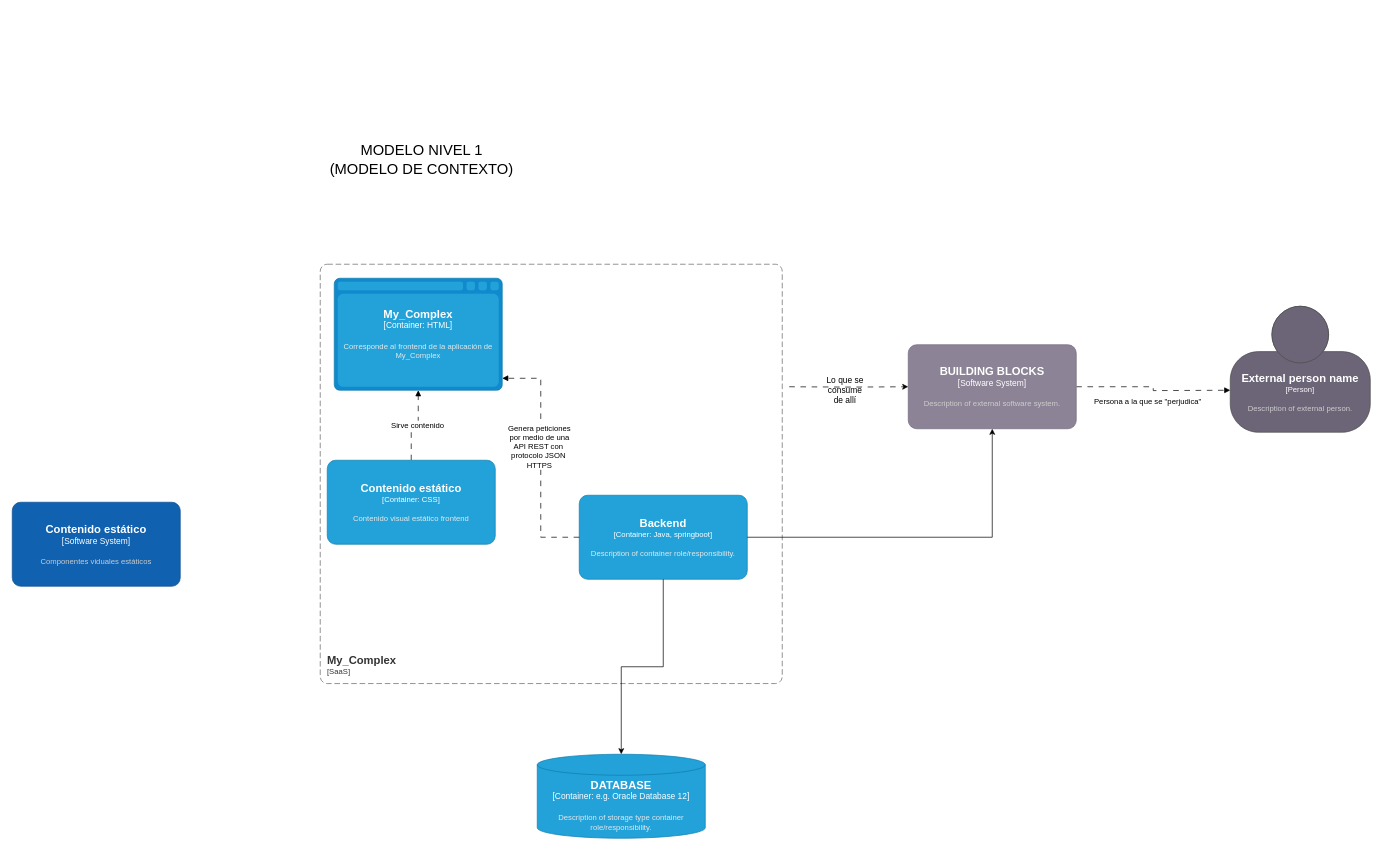
Above: Modelo_de_contexto2.drawio in 3st3b4nR/Documentacion_My_Complex (draw.io), before the change. Source tidied: cells renumbered, new cells numbered last; positions are measured from the earlier drawing's top-left corner, leaving out a move shared by most shapes. Both pictures are drawn from the tidied source at 70%, with x=0, y=0 at pixel (12, 117).
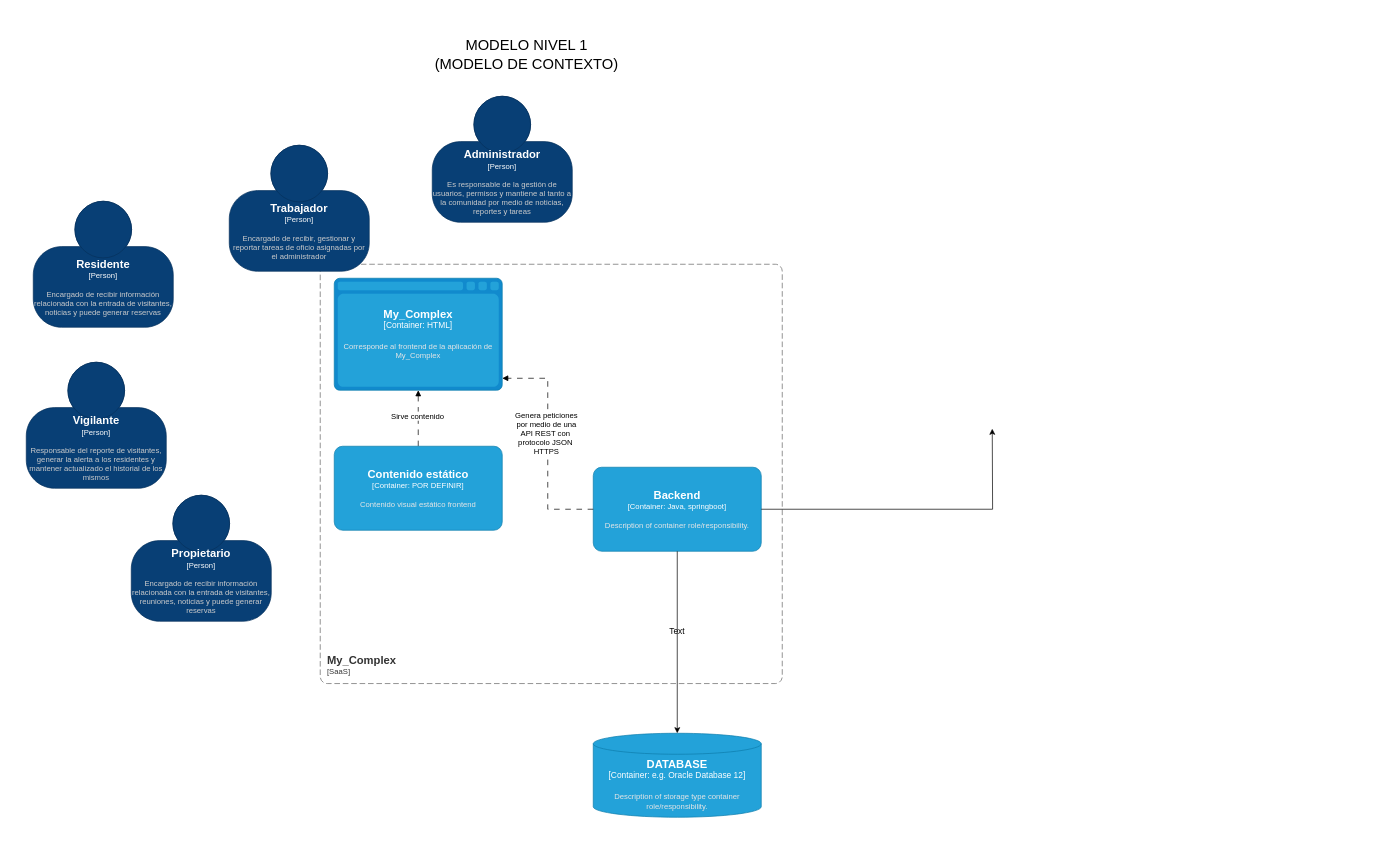
The same page after the edit.

Change to the diagram source:
```diff
@@
-    <mxCell id="2" style="edgeStyle=orthogonalEdgeStyle;rounded=0;jettySize=auto;html=1;dashed=1;dashPattern=8 8;endArrow=block;endFill=1;entryX=0;entryY=0.75;entryDx=0;entryDy=0;entryPerimeter=0;" parent="1" edge="1" source="4">
-      <mxGeometry relative="1" as="geometry">
-        <mxPoint x="1740" y="390" as="targetPoint" />
-      </mxGeometry>
-    </mxCell>
-    <mxCell id="3" value="Persona a la que se &quot;perjudica&quot;" style="edgeLabel;html=1;align=center;verticalAlign=middle;" parent="2" vertex="1">
-      <mxGeometry x="-0.56" y="1" relative="1" as="geometry">
-        <mxPoint x="51" y="21" as="offset" />
-      </mxGeometry>
-    </mxCell>
-    <object id="4" label="&lt;font style=&quot;font-size: 16px&quot;&gt;&lt;b&gt;%c4Name%&lt;/b&gt;&lt;/font&gt;&lt;div&gt;[%c4Type%]&lt;/div&gt;&lt;br&gt;&lt;div&gt;&lt;font style=&quot;font-size: 11px&quot;&gt;&lt;font color=&quot;#cccccc&quot;&gt;%c4Description%&lt;/font&gt;&lt;/div&gt;" c4Description="Description of external software system." c4Name="BUILDING BLOCKS" c4Type="Software System" placeholders="1">
-      <mxCell style="rounded=1;whiteSpace=wrap;html=1;labelBackgroundColor=none;fillColor=#8C8496;fontColor=#ffffff;align=center;arcSize=10;strokeColor=#736782;points=[[0.25,0,0],[0.5,0,0],[0.75,0,0],[1,0.25,0],[1,0.5,0],[1,0.75,0],[0.75,1,0],[0.5,1,0],[0.25,1,0],[0,0.75,0],[0,0.5,0],[0,0.25,0]];" parent="1" vertex="1">
-        <mxGeometry x="1280" y="325" width="240" height="120" as="geometry" />
-      </mxCell>
-    </object>
-    <mxCell id="5" style="edgeStyle=orthogonalEdgeStyle;rounded=0;jettySize=auto;html=1;entryX=0;entryY=0.5;entryDx=0;entryDy=0;entryPerimeter=0;dashed=1;dashPattern=8 8;" parent="1" edge="1" target="4">
-      <mxGeometry relative="1" as="geometry">
-        <mxPoint x="1110" y="385" as="sourcePoint" />
-      </mxGeometry>
-    </mxCell>
-    <mxCell id="6" value="Lo que se consume de allí" style="text;html=1;whiteSpace=wrap;strokeColor=none;fillColor=none;align=center;verticalAlign=middle;rounded=0;" parent="1" vertex="1">
-      <mxGeometry x="1160" y="375" width="60" height="30" as="geometry" />
-    </mxCell>
-    <object id="7" label="&lt;font style=&quot;font-size: 16px&quot;&gt;&lt;b&gt;%c4Name%&lt;/b&gt;&lt;/font&gt;&lt;div&gt;[%c4Type%]&lt;/div&gt;&lt;br&gt;&lt;div&gt;&lt;font style=&quot;font-size: 11px&quot;&gt;&lt;font color=&quot;#cccccc&quot;&gt;%c4Description%&lt;/font&gt;&lt;/div&gt;" c4Description="Description of external person." c4Name="External person name" c4Type="Person" placeholders="1">
-      <mxCell style="html=1;fontSize=11;dashed=0;whiteSpace=wrap;fillColor=#6C6477;strokeColor=#4D4D4D;fontColor=#ffffff;shape=mxgraph.c4.person2;align=center;" parent="1" vertex="1">
-        <mxGeometry x="1740" y="270" width="200" height="180" as="geometry" />
-      </mxCell>
-    </object>
     <mxCell id="8" value="MODELO NIVEL 1&lt;div&gt;(MODELO DE CONTEXTO)&lt;/div&gt;" style="text;html=1;whiteSpace=wrap;strokeColor=none;fillColor=none;align=center;verticalAlign=middle;rounded=0;fontSize=21;" parent="1" vertex="1">
-      <mxGeometry x="430" width="310" height="120" as="geometry" />
+      <mxGeometry x="580" y="-150" width="310" height="120" as="geometry" />
     </mxCell>
@@
-    <object id="11" label="&lt;font style=&quot;font-size: 16px&quot;&gt;&lt;b&gt;%c4Name%&lt;/b&gt;&lt;/font&gt;&lt;div&gt;[%c4Type%]&lt;/div&gt;&lt;br&gt;&lt;div&gt;&lt;font style=&quot;font-size: 11px&quot;&gt;&lt;font color=&quot;#cccccc&quot;&gt;%c4Description%&lt;/font&gt;&lt;/div&gt;" c4Description="Componentes viduales estáticos" c4Name="Contenido estático" c4Type="Software System" placeholders="1">
-      <mxCell style="rounded=1;whiteSpace=wrap;html=1;labelBackgroundColor=none;fillColor=#1061B0;fontColor=#ffffff;align=center;arcSize=10;strokeColor=#0D5091;" parent="1" vertex="1">
-        <mxGeometry y="550" width="240" height="120" as="geometry" />
-      </mxCell>
-    </object>
@@
-    <object id="14" label="&lt;font style=&quot;font-size: 16px&quot;&gt;&lt;b&gt;%c4Name%&lt;/b&gt;&lt;/font&gt;&lt;div&gt;[%c4Type%: %c4Technology%]&lt;/div&gt;&lt;br&gt;&lt;div&gt;&lt;font style=&quot;font-size: 11px&quot;&gt;&lt;font color=&quot;#E6E6E6&quot;&gt;%c4Description%&lt;/font&gt;&lt;/div&gt;" c4Description="Contenido visual estático frontend&#10;" c4Name="Contenido estático" c4Technology="CSS" c4Type="Container" placeholders="1">
+    <object id="14" label="&lt;font style=&quot;font-size: 16px&quot;&gt;&lt;b&gt;%c4Name%&lt;/b&gt;&lt;/font&gt;&lt;div&gt;[%c4Type%: %c4Technology%]&lt;/div&gt;&lt;br&gt;&lt;div&gt;&lt;font style=&quot;font-size: 11px&quot;&gt;&lt;font color=&quot;#E6E6E6&quot;&gt;%c4Description%&lt;/font&gt;&lt;/div&gt;" c4Description="Contenido visual estático frontend&#10;" c4Name="Contenido estático" c4Technology="POR DEFINIR" c4Type="Container" placeholders="1">
       <mxCell style="rounded=1;whiteSpace=wrap;html=1;fontSize=11;labelBackgroundColor=none;fillColor=#23A2D9;fontColor=#ffffff;align=center;arcSize=10;strokeColor=#0E7DAD;points=[[0.25,0,0],[0.5,0,0],[0.75,0,0],[1,0.25,0],[1,0.5,0],[1,0.75,0],[0.75,1,0],[0.5,1,0],[0.25,1,0],[0,0.75,0],[0,0.5,0],[0,0.25,0]];" parent="1" vertex="1">
-        <mxGeometry x="450" y="490" width="240" height="120" as="geometry" />
+        <mxGeometry x="460" y="470" width="240" height="120" as="geometry" />
       </mxCell>
     </object>
     <object id="15" label="&lt;font style=&quot;font-size: 16px&quot;&gt;&lt;b&gt;%c4Name%&lt;/b&gt;&lt;/font&gt;&lt;div&gt;[%c4Type%: %c4Technology%]&lt;/div&gt;&lt;br&gt;&lt;div&gt;&lt;font style=&quot;font-size: 11px&quot;&gt;&lt;font color=&quot;#E6E6E6&quot;&gt;%c4Description%&lt;/font&gt;&lt;/div&gt;" c4Description="Description of container role/responsibility." c4Name="Backend" c4Technology="Java, springboot" c4Type="Container" placeholders="1">
       <mxCell style="rounded=1;whiteSpace=wrap;html=1;fontSize=11;labelBackgroundColor=none;fillColor=#23A2D9;fontColor=#ffffff;align=center;arcSize=10;strokeColor=#0E7DAD;points=[[0.25,0,0],[0.5,0,0],[0.75,0,0],[1,0.25,0],[1,0.5,0],[1,0.75,0],[0.75,1,0],[0.5,1,0],[0.25,1,0],[0,0.75,0],[0,0.5,0],[0,0.25,0]];" parent="1" vertex="1">
-        <mxGeometry x="810" y="540" width="240" height="120" as="geometry" />
+        <mxGeometry x="830" y="500" width="240" height="120" as="geometry" />
       </mxCell>
     </object>
-    <mxCell id="16" style="edgeStyle=orthogonalEdgeStyle;rounded=0;jettySize=auto;html=1;entryX=0.5;entryY=1;entryDx=0;entryDy=0;entryPerimeter=0;" parent="1" edge="1" source="15" target="4">
-      <mxGeometry relative="1" as="geometry" />
+    <mxCell id="16" style="edgeStyle=orthogonalEdgeStyle;rounded=0;jettySize=auto;html=1;entryX=0.5;entryY=1;entryDx=0;entryDy=0;entryPerimeter=0;" parent="1" edge="1" source="15">
+      <mxGeometry relative="1" as="geometry">
+        <mxPoint x="1400" y="445" as="targetPoint" />
+      </mxGeometry>
     </mxCell>
@@
     <object id="19" label="&lt;font style=&quot;font-size: 16px&quot;&gt;&lt;b&gt;%c4Name%&lt;/b&gt;&lt;/font&gt;&lt;div&gt;[%c4Type%:&amp;nbsp;%c4Technology%]&lt;/div&gt;&lt;br&gt;&lt;div&gt;&lt;font style=&quot;font-size: 11px&quot;&gt;&lt;font color=&quot;#E6E6E6&quot;&gt;%c4Description%&lt;/font&gt;&lt;/div&gt;" c4Description="Description of storage type container role/responsibility." c4Name="DATABASE" c4Technology="e.g. Oracle Database 12" c4Type="Container" placeholders="1">
       <mxCell style="shape=cylinder3;size=15;whiteSpace=wrap;html=1;boundedLbl=1;rounded=0;labelBackgroundColor=none;fillColor=#23A2D9;fontSize=12;fontColor=#ffffff;align=center;strokeColor=#0E7DAD;points=[[0.5,0,0],[1,0.25,0],[1,0.5,0],[1,0.75,0],[0.5,1,0],[0,0.75,0],[0,0.5,0],[0,0.25,0]];" parent="1" vertex="1">
-        <mxGeometry x="750" y="910" width="240" height="120" as="geometry" />
+        <mxGeometry x="830" y="880" width="240" height="120" as="geometry" />
       </mxCell>
     </object>
@@
+    <object id="21" label="&lt;font style=&quot;font-size: 16px&quot;&gt;&lt;b&gt;%c4Name%&lt;/b&gt;&lt;/font&gt;&lt;div&gt;[%c4Type%]&lt;/div&gt;&lt;br&gt;&lt;div&gt;&lt;font style=&quot;font-size: 11px&quot;&gt;&lt;font color=&quot;#cccccc&quot;&gt;%c4Description%&lt;/font&gt;&lt;/div&gt;" c4Description="Encargado de recibir información relacionada con la entrada de visitantes, noticias y puede generar reservas" c4Name="Residente" c4Type="Person" placeholders="1">
+      <mxCell style="html=1;fontSize=11;dashed=0;whiteSpace=wrap;fillColor=#083F75;strokeColor=#06315C;fontColor=#ffffff;shape=mxgraph.c4.person2;align=center;" parent="1" vertex="1">
+        <mxGeometry x="30" y="120" width="200" height="180" as="geometry" />
+      </mxCell>
+    </object>
+    <object id="22" label="&lt;font style=&quot;font-size: 16px&quot;&gt;&lt;b&gt;%c4Name%&lt;/b&gt;&lt;/font&gt;&lt;div&gt;[%c4Type%]&lt;/div&gt;&lt;br&gt;&lt;div&gt;&lt;font style=&quot;font-size: 11px&quot;&gt;&lt;font color=&quot;#cccccc&quot;&gt;%c4Description%&lt;/font&gt;&lt;/div&gt;" c4Description="Responsable del reporte de visitantes, generar la alerta a los residentes y mantener actualizado el historial de los mismos" c4Name="Vigilante" c4Type="Person" placeholders="1">
+      <mxCell style="html=1;fontSize=11;dashed=0;whiteSpace=wrap;fillColor=#083F75;strokeColor=#06315C;fontColor=#ffffff;shape=mxgraph.c4.person2;align=center;" parent="1" vertex="1">
+        <mxGeometry x="20" y="350" width="200" height="180" as="geometry" />
+      </mxCell>
+    </object>
+    <object id="23" label="&lt;font style=&quot;font-size: 16px&quot;&gt;&lt;b&gt;%c4Name%&lt;/b&gt;&lt;/font&gt;&lt;div&gt;[%c4Type%]&lt;/div&gt;&lt;br&gt;&lt;div&gt;&lt;font style=&quot;font-size: 11px&quot;&gt;&lt;font color=&quot;#cccccc&quot;&gt;%c4Description%&lt;/font&gt;&lt;/div&gt;" c4Description="Encargado de recibir información relacionada con la entrada de visitantes, reuniones, noticias y puede generar reservas" c4Name="Propietario" c4Type="Person" placeholders="1">
+      <mxCell style="html=1;fontSize=11;dashed=0;whiteSpace=wrap;fillColor=#083F75;strokeColor=#06315C;fontColor=#ffffff;shape=mxgraph.c4.person2;align=center;" parent="1" vertex="1">
+        <mxGeometry x="170" y="540" width="200" height="180" as="geometry" />
+      </mxCell>
+    </object>
+    <object id="24" label="&lt;font style=&quot;font-size: 16px&quot;&gt;&lt;b&gt;%c4Name%&lt;/b&gt;&lt;/font&gt;&lt;div&gt;[%c4Type%]&lt;/div&gt;&lt;br&gt;&lt;div&gt;&lt;font style=&quot;font-size: 11px&quot;&gt;&lt;font color=&quot;#cccccc&quot;&gt;%c4Description%&lt;/font&gt;&lt;/div&gt;" c4Description="Es responsable de la gestión de usuarios, permisos y mantiene al tanto a la comunidad por medio de noticias, reportes y tareas" c4Name="Administrador" c4Type="Person" placeholders="1">
+      <mxCell style="html=1;fontSize=11;dashed=0;whiteSpace=wrap;fillColor=#083F75;strokeColor=#06315C;fontColor=#ffffff;shape=mxgraph.c4.person2;align=center;" parent="1" vertex="1">
+        <mxGeometry x="600" y="-30" width="200" height="180" as="geometry" />
+      </mxCell>
+    </object>
+    <object id="25" label="&lt;font style=&quot;font-size: 16px&quot;&gt;&lt;b&gt;%c4Name%&lt;/b&gt;&lt;/font&gt;&lt;div&gt;[%c4Type%]&lt;/div&gt;&lt;br&gt;&lt;div&gt;&lt;font style=&quot;font-size: 11px&quot;&gt;&lt;font color=&quot;#cccccc&quot;&gt;%c4Description%&lt;/font&gt;&lt;/div&gt;" c4Description="Encargado de recibir, gestionar y reportar tareas de oficio asignadas por el administrador" c4Name="Trabajador" c4Type="Person" placeholders="1">
+      <mxCell style="html=1;fontSize=11;dashed=0;whiteSpace=wrap;fillColor=#083F75;strokeColor=#06315C;fontColor=#ffffff;shape=mxgraph.c4.person2;align=center;" parent="1" vertex="1">
+        <mxGeometry x="310" y="40" width="200" height="180" as="geometry" />
+      </mxCell>
+    </object>
+    <mxCell id="26" value="Text" style="text;html=1;whiteSpace=wrap;strokeColor=none;fillColor=none;align=center;verticalAlign=middle;rounded=0;" parent="1" vertex="1">
+      <mxGeometry x="920" y="720" width="60" height="30" as="geometry" />
+    </mxCell>
```
